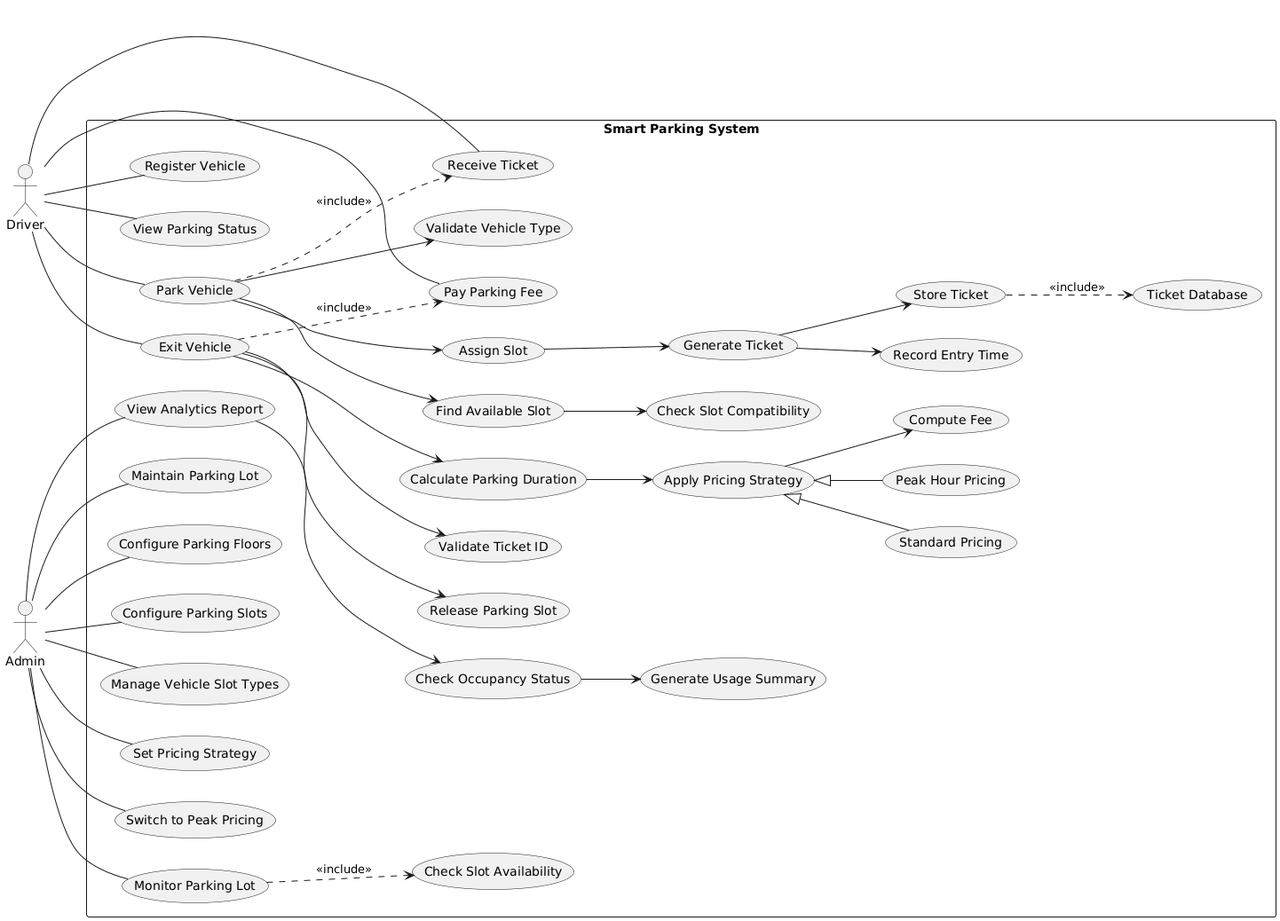
Before: Requirements/UseCase/SmartParkingUseCase.png, a diagram exported from PlantUML (gantapriya55/Object-Oriented-Design-Project_CSCI_6234_10). Its diagram source:
```plantuml
@startuml
left to right direction
skinparam packageStyle rectangle

actor Driver
actor Admin

rectangle "Smart Parking System" {

  Driver -- (Register Vehicle)
  Driver -- (View Parking Status)
  Driver -- (Park Vehicle)
  Driver -- (Exit Vehicle)
  Driver -- (Pay Parking Fee)
  Driver -- (Receive Ticket)

  (Park Vehicle) --> (Validate Vehicle Type)
  (Park Vehicle) --> (Find Available Slot)
  (Find Available Slot) --> (Check Slot Compatibility)
  (Park Vehicle) --> (Assign Slot)
  (Assign Slot) --> (Generate Ticket)
  (Generate Ticket) --> (Record Entry Time)
  (Generate Ticket) --> (Store Ticket)

  (Park Vehicle) ..> (Receive Ticket) : <<include>>

  (Exit Vehicle) --> (Validate Ticket ID)
  (Exit Vehicle) --> (Calculate Parking Duration)
  (Calculate Parking Duration) --> (Apply Pricing Strategy)
  (Apply Pricing Strategy) --> (Compute Fee)
  (Exit Vehicle) --> (Release Parking Slot)
  (Exit Vehicle) ..> (Pay Parking Fee) : <<include>>

  (Apply Pricing Strategy) <|-- (Standard Pricing)
  (Apply Pricing Strategy) <|-- (Peak Hour Pricing)

  Admin -- (Configure Parking Floors)
  Admin -- (Configure Parking Slots)
  Admin -- (Manage Vehicle Slot Types)
  Admin -- (Set Pricing Strategy)
  Admin -- (Switch to Peak Pricing)
  Admin -- (Monitor Parking Lot)
  Admin -- (View Analytics Report)
  Admin -- (Maintain Parking Lot)

  (View Analytics Report) --> (Check Occupancy Status)
  (Check Occupancy Status) --> (Generate Usage Summary)

  (Store Ticket) ..> (Ticket Database) : <<include>>
  (Monitor Parking Lot) ..> (Check Slot Availability) : <<include>>

}
@enduml
```
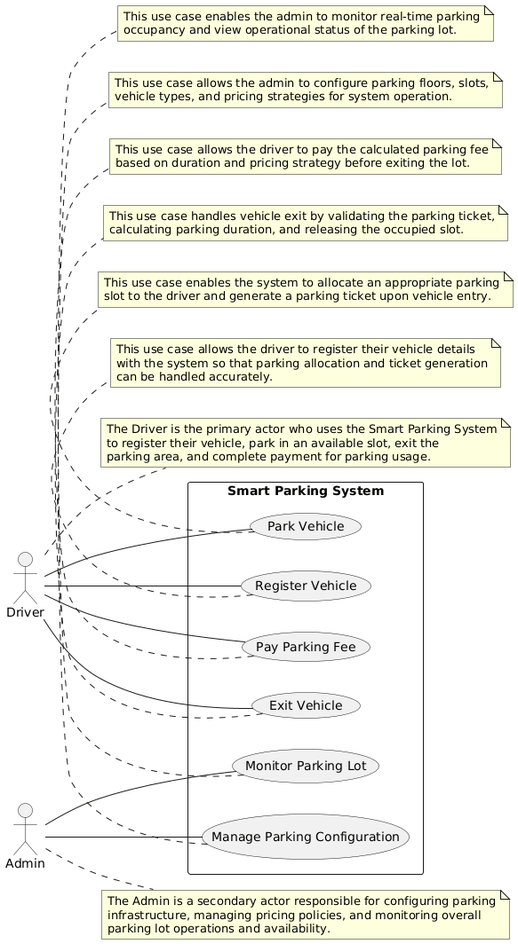
Later version of the same file.

Diff of the diagram source:
```diff
@@ -8,46 +8,55 @@
 rectangle "Smart Parking System" {
 
   Driver -- (Register Vehicle)
-  Driver -- (View Parking Status)
   Driver -- (Park Vehicle)
   Driver -- (Exit Vehicle)
   Driver -- (Pay Parking Fee)
-  Driver -- (Receive Ticket)
 
-  (Park Vehicle) --> (Validate Vehicle Type)
-  (Park Vehicle) --> (Find Available Slot)
-  (Find Available Slot) --> (Check Slot Compatibility)
-  (Park Vehicle) --> (Assign Slot)
-  (Assign Slot) --> (Generate Ticket)
-  (Generate Ticket) --> (Record Entry Time)
-  (Generate Ticket) --> (Store Ticket)
-
-  (Park Vehicle) ..> (Receive Ticket) : <<include>>
-
-  (Exit Vehicle) --> (Validate Ticket ID)
-  (Exit Vehicle) --> (Calculate Parking Duration)
-  (Calculate Parking Duration) --> (Apply Pricing Strategy)
-  (Apply Pricing Strategy) --> (Compute Fee)
-  (Exit Vehicle) --> (Release Parking Slot)
-  (Exit Vehicle) ..> (Pay Parking Fee) : <<include>>
-
-  (Apply Pricing Strategy) <|-- (Standard Pricing)
-  (Apply Pricing Strategy) <|-- (Peak Hour Pricing)
-
-  Admin -- (Configure Parking Floors)
-  Admin -- (Configure Parking Slots)
-  Admin -- (Manage Vehicle Slot Types)
-  Admin -- (Set Pricing Strategy)
-  Admin -- (Switch to Peak Pricing)
+  Admin -- (Manage Parking Configuration)
   Admin -- (Monitor Parking Lot)
-  Admin -- (View Analytics Report)
-  Admin -- (Maintain Parking Lot)
-
-  (View Analytics Report) --> (Check Occupancy Status)
-  (Check Occupancy Status) --> (Generate Usage Summary)
-
-  (Store Ticket) ..> (Ticket Database) : <<include>>
-  (Monitor Parking Lot) ..> (Check Slot Availability) : <<include>>
 
 }
+
+note right of Driver
+The Driver is the primary actor who uses the Smart Parking System
+to register their vehicle, park in an available slot, exit the
+parking area, and complete payment for parking usage.
+end note
+
+note right of Admin
+The Admin is a secondary actor responsible for configuring parking
+infrastructure, managing pricing policies, and monitoring overall
+parking lot operations and availability.
+end note
+
+note bottom of (Register Vehicle)
+This use case allows the driver to register their vehicle details
+with the system so that parking allocation and ticket generation
+can be handled accurately.
+end note
+
+note bottom of (Park Vehicle)
+This use case enables the system to allocate an appropriate parking
+slot to the driver and generate a parking ticket upon vehicle entry.
+end note
+
+note bottom of (Exit Vehicle)
+This use case handles vehicle exit by validating the parking ticket,
+calculating parking duration, and releasing the occupied slot.
+end note
+
+note bottom of (Pay Parking Fee)
+This use case allows the driver to pay the calculated parking fee
+based on duration and pricing strategy before exiting the lot.
+end note
+
+note bottom of (Manage Parking Configuration)
+This use case allows the admin to configure parking floors, slots,
+vehicle types, and pricing strategies for system operation.
+end note
+
+note bottom of (Monitor Parking Lot)
+This use case enables the admin to monitor real-time parking
+occupancy and view operational status of the parking lot.
+end note
 @enduml
```
